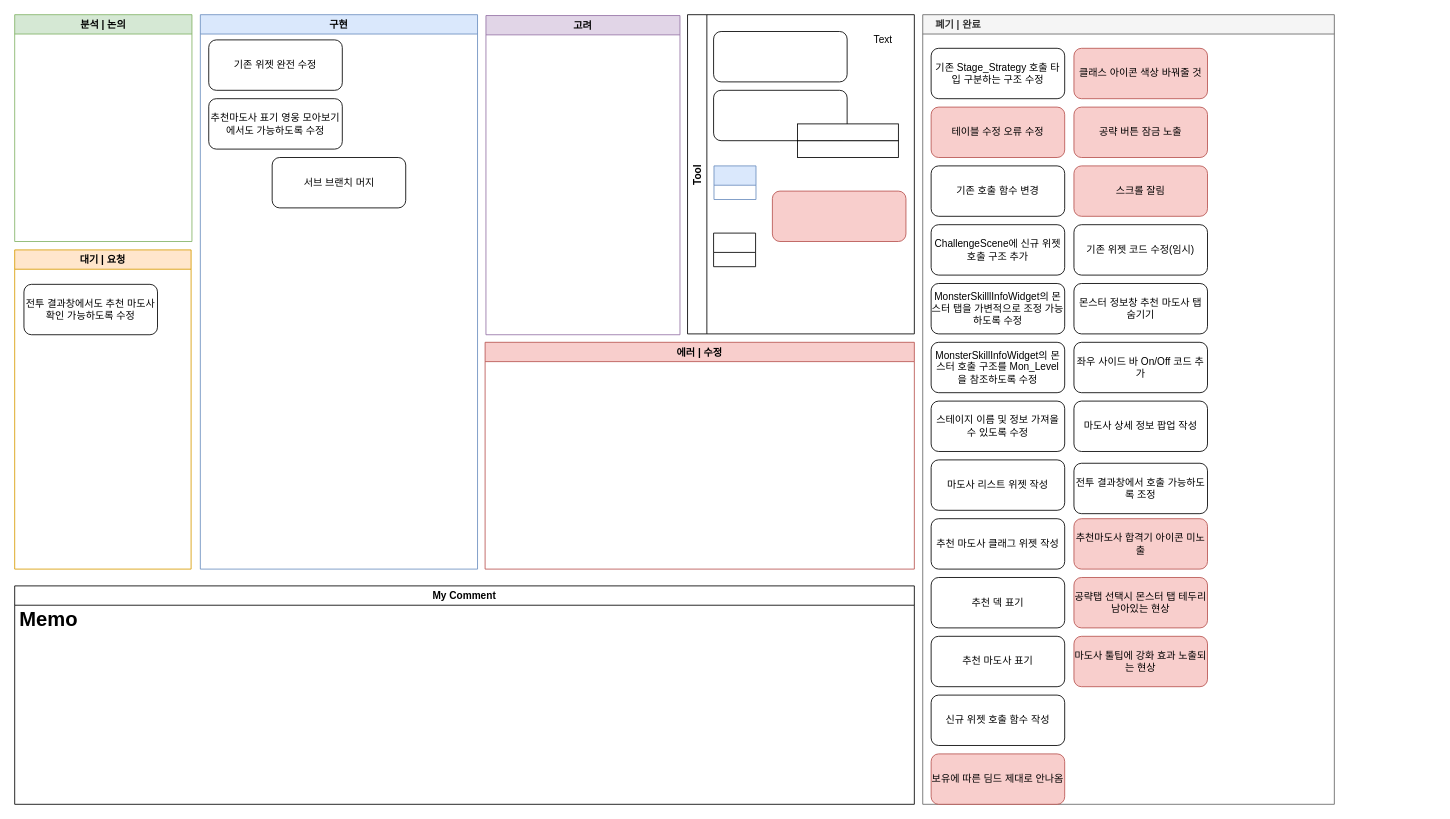
Before: 던전 추천 마도사 진행상황.drawio in Endorr/Job-Board, a draw.io diagram. Source tidied: cells renumbered, new cells numbered last; positions are measured from the earlier drawing's top-left corner, leaving out a move shared by most shapes. Both pictures are drawn from the tidied source at 84%, with x=0, y=0 at pixel (14, 14).
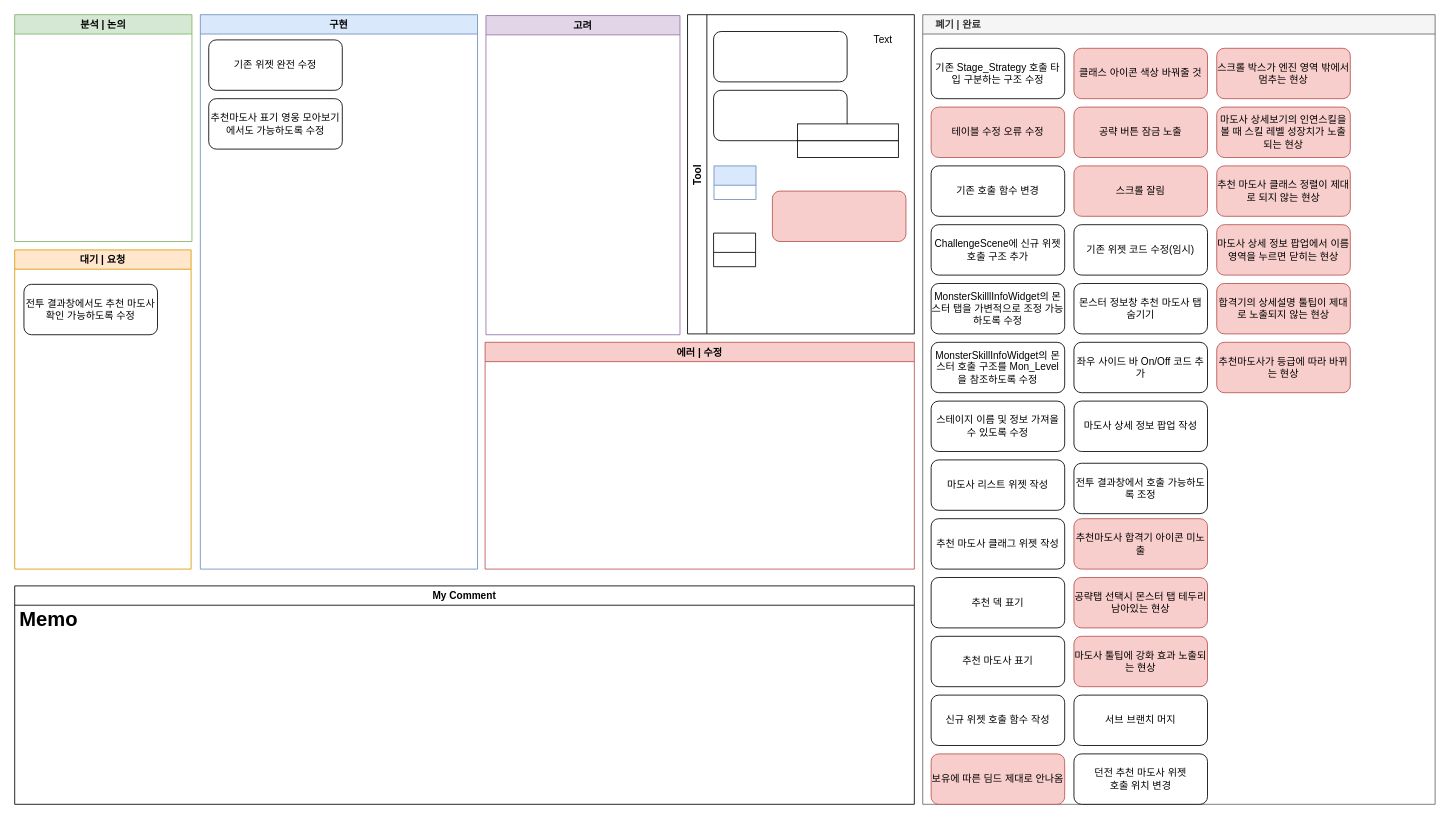
After the change.

Commit message:
던전 추천 마도사 진행상황.drawio 업데이트

Unchanged cells that the change refers to:
```xml
<mxCell id="2" value="구현" style="swimlane;fillColor=#dae8fc;strokeColor=#6c8ebf;" parent="1" vertex="1">
  <mxGeometry x="221" width="330" height="660" as="geometry" />
</mxCell>
```

What changed in the source:
```diff
@@
-    <mxCell id="7" value="서브 브랜치 머지" style="rounded=1;whiteSpace=wrap;html=1;" parent="2" vertex="1">
-      <mxGeometry x="85.5" y="170" width="159" height="60" as="geometry" />
-    </mxCell>
@@
     <mxCell id="11" value="    폐기 | 완료" style="swimlane;strokeColor=#666666;fillColor=#f5f5f5;fontColor=#333333;align=left;" parent="1" vertex="1">
-      <mxGeometry x="1081" width="490" height="940" as="geometry" />
+      <mxGeometry x="1081" width="610" height="940" as="geometry" />
     </mxCell>
@@
+    <mxCell id="7" value="서브 브랜치 머지" style="rounded=1;whiteSpace=wrap;html=1;" parent="11" vertex="1">
+      <mxGeometry x="180" y="810" width="159" height="60" as="geometry" />
+    </mxCell>
+    <mxCell id="48" value="스크롤 박스가 엔진 영역 밖에서 멈추는 현상" style="rounded=1;whiteSpace=wrap;html=1;fillColor=#f8cecc;strokeColor=#b85450;" parent="11" vertex="1">
+      <mxGeometry x="350" y="40" width="159" height="60" as="geometry" />
+    </mxCell>
+    <mxCell id="49" value="마도사 상세보기의 인연스킬을 볼 때 스킬 레벨 성장치가 노출되는 현상" style="rounded=1;whiteSpace=wrap;html=1;fillColor=#f8cecc;strokeColor=#b85450;" parent="11" vertex="1">
+      <mxGeometry x="350" y="110" width="159" height="60" as="geometry" />
+    </mxCell>
+    <mxCell id="50" value="추천 마도사 클래스 정렬이 제대로 되지 않는 현상" style="rounded=1;whiteSpace=wrap;html=1;fillColor=#f8cecc;strokeColor=#b85450;" parent="11" vertex="1">
+      <mxGeometry x="350" y="180" width="159" height="60" as="geometry" />
+    </mxCell>
+    <mxCell id="51" value="마도사 상세 정보 팝업에서 이름영역을 누르면 닫히는 현상" style="rounded=1;whiteSpace=wrap;html=1;fillColor=#f8cecc;strokeColor=#b85450;" parent="11" vertex="1">
+      <mxGeometry x="350" y="250" width="159" height="60" as="geometry" />
+    </mxCell>
+    <mxCell id="52" value="합격기의 상세설명 툴팁이 제대로 노출되지 않는 현상" style="rounded=1;whiteSpace=wrap;html=1;fillColor=#f8cecc;strokeColor=#b85450;" parent="11" vertex="1">
+      <mxGeometry x="350" y="320" width="159" height="60" as="geometry" />
+    </mxCell>
+    <mxCell id="53" value="던전 추천 마도사 위젯&lt;br&gt;호출 위치 변경" style="rounded=1;whiteSpace=wrap;html=1;" parent="11" vertex="1">
+      <mxGeometry x="180" y="880" width="159" height="60" as="geometry" />
+    </mxCell>
+    <mxCell id="54" value="추천마도사가 등급에 따라 바뀌는 현상" style="rounded=1;whiteSpace=wrap;html=1;fillColor=#f8cecc;strokeColor=#b85450;" parent="11" vertex="1">
+      <mxGeometry x="350" y="390" width="159" height="60" as="geometry" />
+    </mxCell>
```
